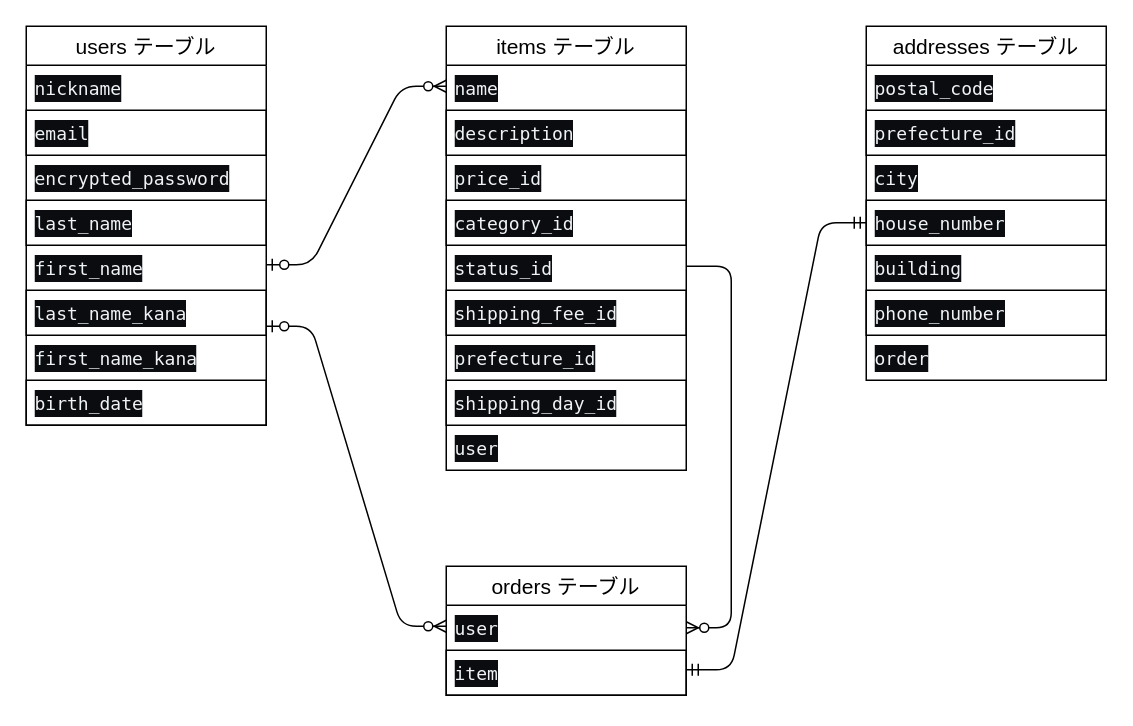
Earlier version of the draw.io diagram furima.dio (takumarider/furima-42318). Source tidied: cells renumbered, new cells numbered last; positions are measured from the earlier drawing's top-left corner, leaving out a move shared by most shapes. Both pictures are drawn from the tidied source at 150%, with x=0, y=0 at pixel (26, 26).
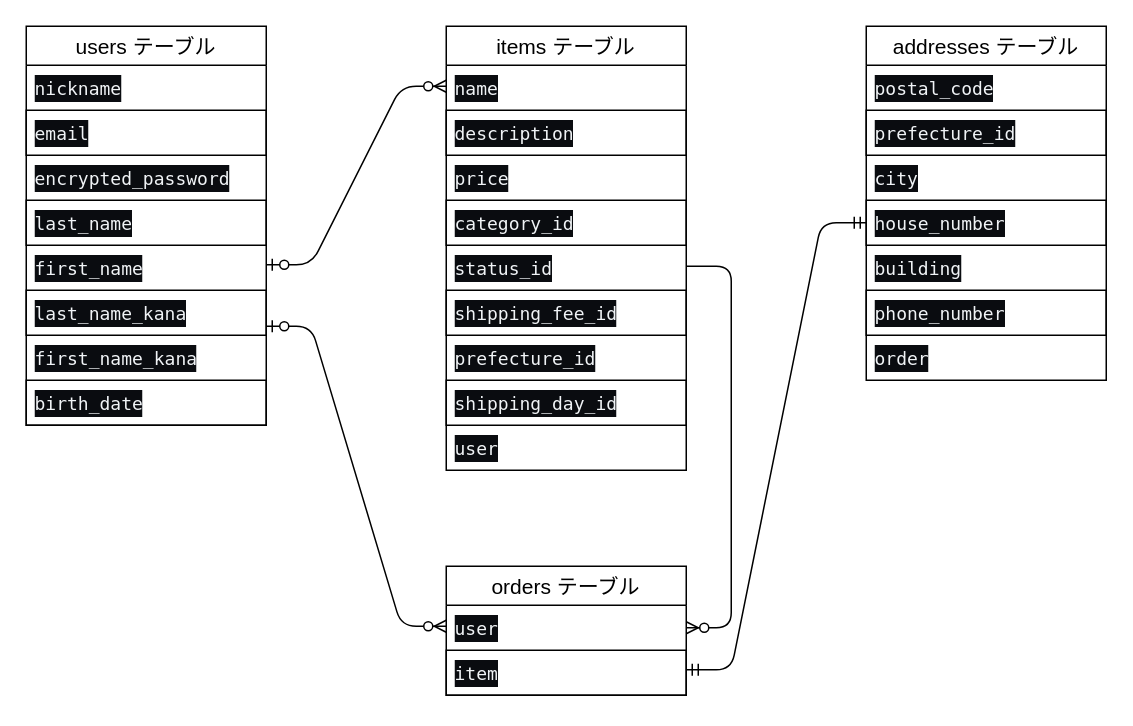
After the change.

Commit message (it also covers changes not shown here):
カラム修正

Unchanged cells that the change refers to:
```xml
<mxCell id="11" value="items テーブル" style="swimlane;fontStyle=0;horizontal=1;startSize=26;align=center;fontSize=14;" parent="1" vertex="1">
  <mxGeometry x="280" width="160" height="296" as="geometry" />
</mxCell>
```

The edit, as a diff of the source:
```diff
@@
-    <mxCell id="14" value="&lt;div style=&quot;color: rgb(240, 243, 246); background-color: rgb(10, 12, 16); font-family: Menlo, Monaco, &amp;quot;Courier New&amp;quot;, monospace; line-height: 18px; white-space: pre;&quot;&gt;&lt;span style=&quot;color: rgb(240, 243, 246);&quot;&gt;price_id&lt;/span&gt;&lt;/div&gt;" style="text;strokeColor=none;fillColor=none;spacingLeft=4;spacingRight=4;overflow=hidden;fontSize=12;whiteSpace=wrap;html=1;" parent="11" vertex="1">
+    <mxCell id="14" value="&lt;div style=&quot;color: rgb(240, 243, 246); background-color: rgb(10, 12, 16); font-family: Menlo, Monaco, &amp;quot;Courier New&amp;quot;, monospace; line-height: 18px; white-space: pre;&quot;&gt;&lt;span style=&quot;color: rgb(240, 243, 246);&quot;&gt;price&lt;/span&gt;&lt;/div&gt;" style="text;strokeColor=none;fillColor=none;spacingLeft=4;spacingRight=4;overflow=hidden;fontSize=12;whiteSpace=wrap;html=1;" parent="11" vertex="1">
       <mxGeometry y="86" width="160" height="30" as="geometry" />
     </mxCell>
```
